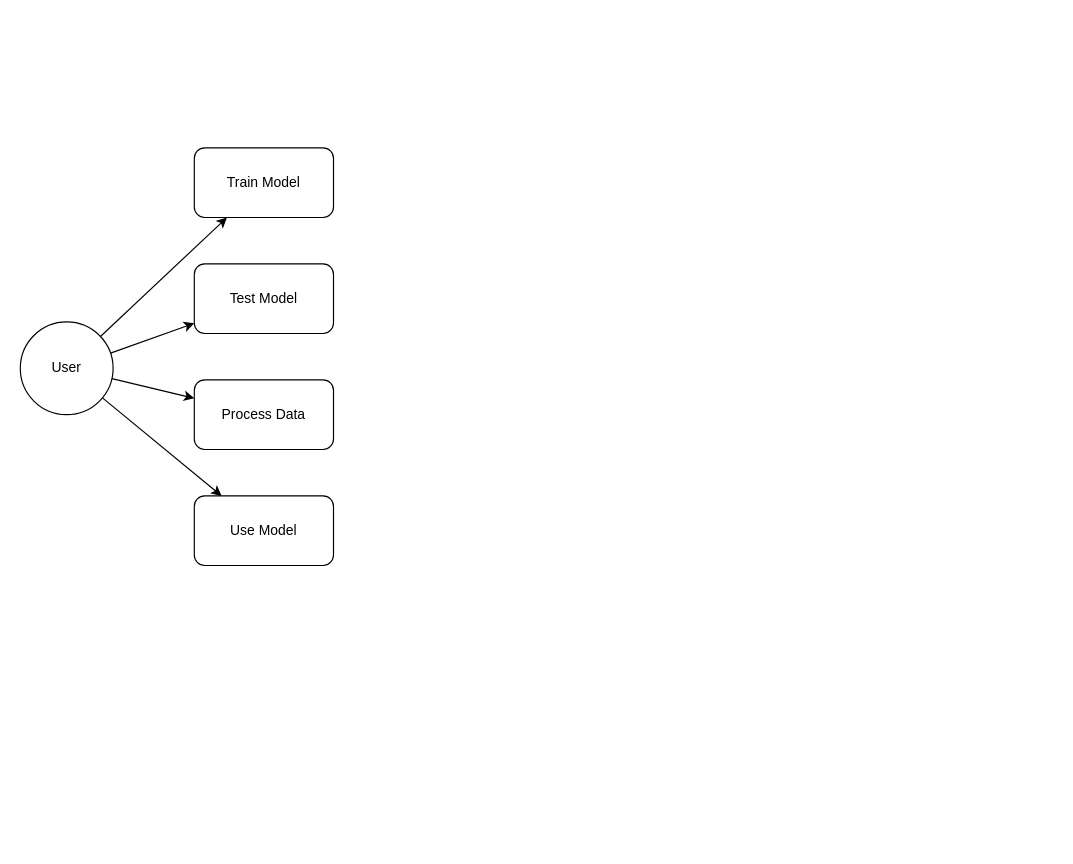
The draw.io diagram Use Case Diagram.drawio in zft666zft/final-project, before the edit. Source tidied: cells renumbered, new cells numbered last; positions are measured from the earlier drawing's top-left corner, leaving out a move shared by most shapes. Both pictures are drawn from the tidied source at 116%, with x=0, y=0 at pixel (20, 147).
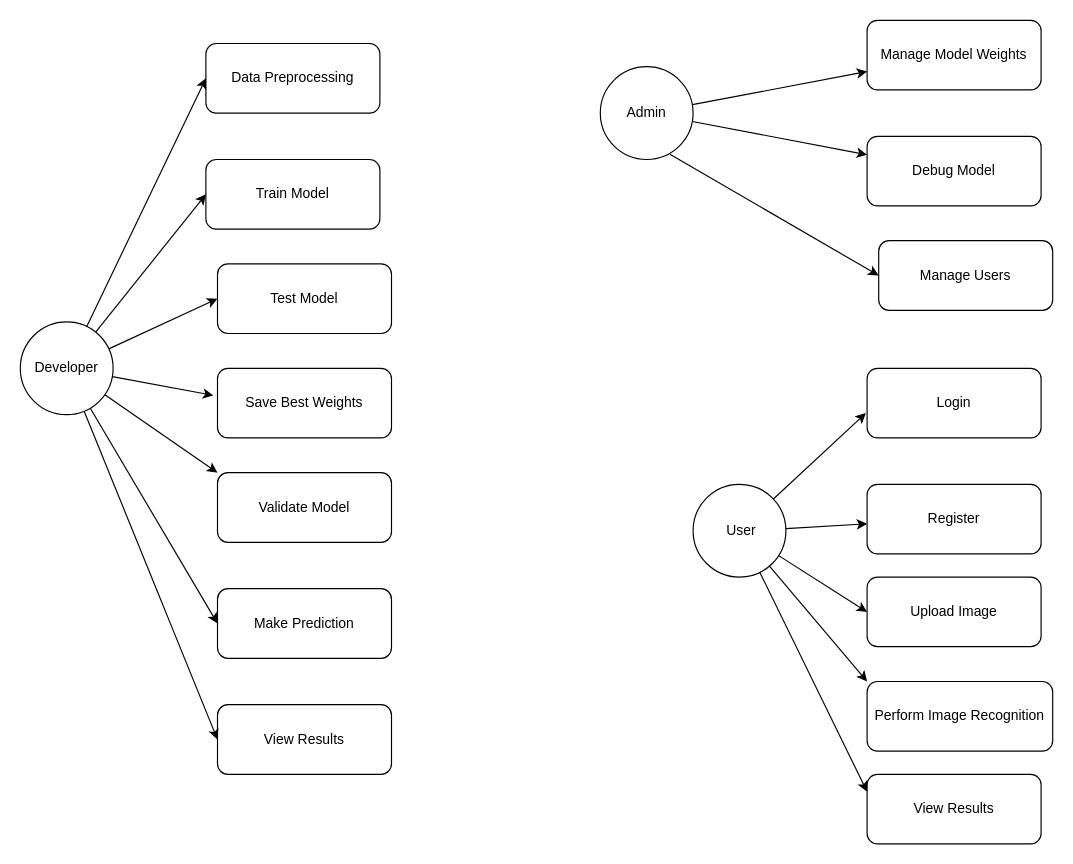
After the change.

Change to the diagram source:
```diff
@@
+    <mxCell id="11" value="Developer" style="ellipse;whiteSpace=wrap;html=1;" parent="1" vertex="1">
+      <mxGeometry y="150" width="80" height="80" as="geometry" />
+    </mxCell>
+    <mxCell id="12" value="Admin" style="ellipse;whiteSpace=wrap;html=1;" parent="1" vertex="1">
+      <mxGeometry x="500" y="-70" width="80" height="80" as="geometry" />
+    </mxCell>
+    <mxCell id="13" value="Data Preprocessing" style="rounded=1;whiteSpace=wrap;html=1;" parent="1" vertex="1">
+      <mxGeometry x="160" y="-90" width="150" height="60" as="geometry" />
+    </mxCell>
+    <mxCell id="3" value="Train Model" style="rounded=1;whiteSpace=wrap;html=1;" parent="1" vertex="1">
+      <mxGeometry x="160" y="10" width="150" height="60" as="geometry" />
+    </mxCell>
+    <mxCell id="14" value="Save Best Weights" style="rounded=1;whiteSpace=wrap;html=1;" parent="1" vertex="1">
+      <mxGeometry x="170" y="190" width="150" height="60" as="geometry" />
+    </mxCell>
+    <mxCell id="4" value="Test Model" style="rounded=1;whiteSpace=wrap;html=1;" parent="1" vertex="1">
+      <mxGeometry x="170" y="100" width="150" height="60" as="geometry" />
+    </mxCell>
+    <mxCell id="15" value="Make Prediction" style="rounded=1;whiteSpace=wrap;html=1;" parent="1" vertex="1">
+      <mxGeometry x="170" y="380" width="150" height="60" as="geometry" />
+    </mxCell>
+    <mxCell id="16" value="View Results" style="rounded=1;whiteSpace=wrap;html=1;" parent="1" vertex="1">
+      <mxGeometry x="170" y="480" width="150" height="60" as="geometry" />
+    </mxCell>
+    <mxCell id="17" value="Manage Model Weights" style="rounded=1;whiteSpace=wrap;html=1;" parent="1" vertex="1">
+      <mxGeometry x="730" y="-110" width="150" height="60" as="geometry" />
+    </mxCell>
+    <mxCell id="18" value="Debug Model" style="rounded=1;whiteSpace=wrap;html=1;" parent="1" vertex="1">
+      <mxGeometry x="730" y="-10" width="150" height="60" as="geometry" />
+    </mxCell>
+    <mxCell id="19" style="entryX=0;entryY=0.5;entryDx=0;entryDy=0;" parent="1" edge="1" source="11" target="13">
+      <mxGeometry relative="1" as="geometry" />
+    </mxCell>
+    <mxCell id="20" style="entryX=0;entryY=0.5;entryDx=0;entryDy=0;" parent="1" edge="1" source="11" target="3">
+      <mxGeometry relative="1" as="geometry" />
+    </mxCell>
+    <mxCell id="21" style="entryX=0;entryY=0.5;entryDx=0;entryDy=0;" parent="1" edge="1" source="11" target="4">
+      <mxGeometry relative="1" as="geometry" />
+    </mxCell>
+    <mxCell id="22" style="entryX=-0.024;entryY=0.389;entryDx=0;entryDy=0;entryPerimeter=0;" parent="1" edge="1" source="11" target="14">
+      <mxGeometry relative="1" as="geometry" />
+    </mxCell>
+    <mxCell id="23" style="entryX=0;entryY=0;entryDx=0;entryDy=0;" parent="1" edge="1" source="11" target="40">
+      <mxGeometry relative="1" as="geometry" />
+    </mxCell>
+    <mxCell id="24" style="entryX=0;entryY=0.5;entryDx=0;entryDy=0;" parent="1" edge="1" source="11" target="15">
+      <mxGeometry relative="1" as="geometry" />
+    </mxCell>
+    <mxCell id="25" style="entryX=0;entryY=0.5;entryDx=0;entryDy=0;" parent="1" edge="1" source="11" target="16">
+      <mxGeometry relative="1" as="geometry" />
+    </mxCell>
+    <mxCell id="26" parent="1" edge="1" source="12" target="17">
+      <mxGeometry relative="1" as="geometry" />
+    </mxCell>
+    <mxCell id="27" parent="1" edge="1" source="12" target="18">
+      <mxGeometry relative="1" as="geometry" />
+    </mxCell>
-    <mxCell id="2" value="User" style="ellipse;whiteSpace=wrap;html=1;" parent="1" vertex="1">
-      <mxGeometry y="150" width="80" height="80" as="geometry" />
+    <mxCell id="2" value="&amp;nbsp;User" style="ellipse;whiteSpace=wrap;html=1;" parent="1" vertex="1">
+      <mxGeometry x="580" y="290" width="80" height="80" as="geometry" />
     </mxCell>
-    <mxCell id="3" value="Train Model" style="rounded=1;whiteSpace=wrap;html=1;" parent="1" vertex="1">
-      <mxGeometry x="150" width="120" height="60" as="geometry" />
-    </mxCell>
-    <mxCell id="4" value="Test Model" style="rounded=1;whiteSpace=wrap;html=1;" parent="1" vertex="1">
-      <mxGeometry x="150" y="100" width="120" height="60" as="geometry" />
-    </mxCell>
-    <mxCell id="5" value="Process Data" style="rounded=1;whiteSpace=wrap;html=1;" parent="1" vertex="1">
-      <mxGeometry x="150" y="200" width="120" height="60" as="geometry" />
-    </mxCell>
-    <mxCell id="6" value="Use Model" style="rounded=1;whiteSpace=wrap;html=1;" parent="1" vertex="1">
-      <mxGeometry x="150" y="300" width="120" height="60" as="geometry" />
-    </mxCell>
-    <mxCell id="7" parent="1" edge="1" source="2" target="3">
-      <mxGeometry relative="1" as="geometry" />
-    </mxCell>
-    <mxCell id="8" parent="1" edge="1" source="2" target="4">
-      <mxGeometry relative="1" as="geometry" />
-    </mxCell>
-    <mxCell id="9" parent="1" edge="1" source="2" target="5">
-      <mxGeometry relative="1" as="geometry" />
-    </mxCell>
-    <mxCell id="10" parent="1" edge="1" source="2" target="6">
-      <mxGeometry relative="1" as="geometry" />
-    </mxCell>
+    <mxCell id="28" value="Login" style="rounded=1;whiteSpace=wrap;html=1;" parent="1" vertex="1">
+      <mxGeometry x="730" y="190" width="150" height="60" as="geometry" />
+    </mxCell>
+    <mxCell id="29" value="Register" style="rounded=1;whiteSpace=wrap;html=1;" parent="1" vertex="1">
+      <mxGeometry x="730" y="290" width="150" height="60" as="geometry" />
+    </mxCell>
+    <mxCell id="30" value="Upload Image" style="rounded=1;whiteSpace=wrap;html=1;" parent="1" vertex="1">
+      <mxGeometry x="730" y="370" width="150" height="60" as="geometry" />
+    </mxCell>
+    <mxCell id="31" value="Perform Image Recognition" style="rounded=1;whiteSpace=wrap;html=1;" parent="1" vertex="1">
+      <mxGeometry x="730" y="460" width="160" height="60" as="geometry" />
+    </mxCell>
+    <mxCell id="32" value="View Results" style="rounded=1;whiteSpace=wrap;html=1;" parent="1" vertex="1">
+      <mxGeometry x="730" y="540" width="150" height="60" as="geometry" />
+    </mxCell>
+    <mxCell id="33" style="entryX=-0.007;entryY=0.644;entryDx=0;entryDy=0;entryPerimeter=0;" parent="1" edge="1" source="2" target="28">
+      <mxGeometry relative="1" as="geometry" />
+    </mxCell>
+    <mxCell id="34" parent="1" edge="1" source="2" target="29">
+      <mxGeometry relative="1" as="geometry" />
+    </mxCell>
+    <mxCell id="35" style="entryX=0;entryY=0.5;entryDx=0;entryDy=0;" parent="1" edge="1" source="2" target="30">
+      <mxGeometry relative="1" as="geometry" />
+    </mxCell>
+    <mxCell id="36" style="entryX=0;entryY=0;entryDx=0;entryDy=0;" parent="1" edge="1" source="2" target="31">
+      <mxGeometry relative="1" as="geometry" />
+    </mxCell>
+    <mxCell id="37" style="entryX=0;entryY=0.25;entryDx=0;entryDy=0;" parent="1" edge="1" source="2" target="32">
+      <mxGeometry relative="1" as="geometry" />
+    </mxCell>
+    <mxCell id="38" value="Manage Users" style="rounded=1;whiteSpace=wrap;html=1;" parent="1" vertex="1">
+      <mxGeometry x="740" y="80" width="150" height="60" as="geometry" />
+    </mxCell>
+    <mxCell id="39" style="entryX=0;entryY=0.5;entryDx=0;entryDy=0;" parent="1" edge="1" target="38">
+      <mxGeometry relative="1" as="geometry">
+        <mxPoint x="560" y="5.5" as="sourcePoint" />
+      </mxGeometry>
+    </mxCell>
+    <mxCell id="40" value="Validate Model" style="rounded=1;whiteSpace=wrap;html=1;" parent="1" vertex="1">
+      <mxGeometry x="170" y="280" width="150" height="60" as="geometry" />
+    </mxCell>
```
